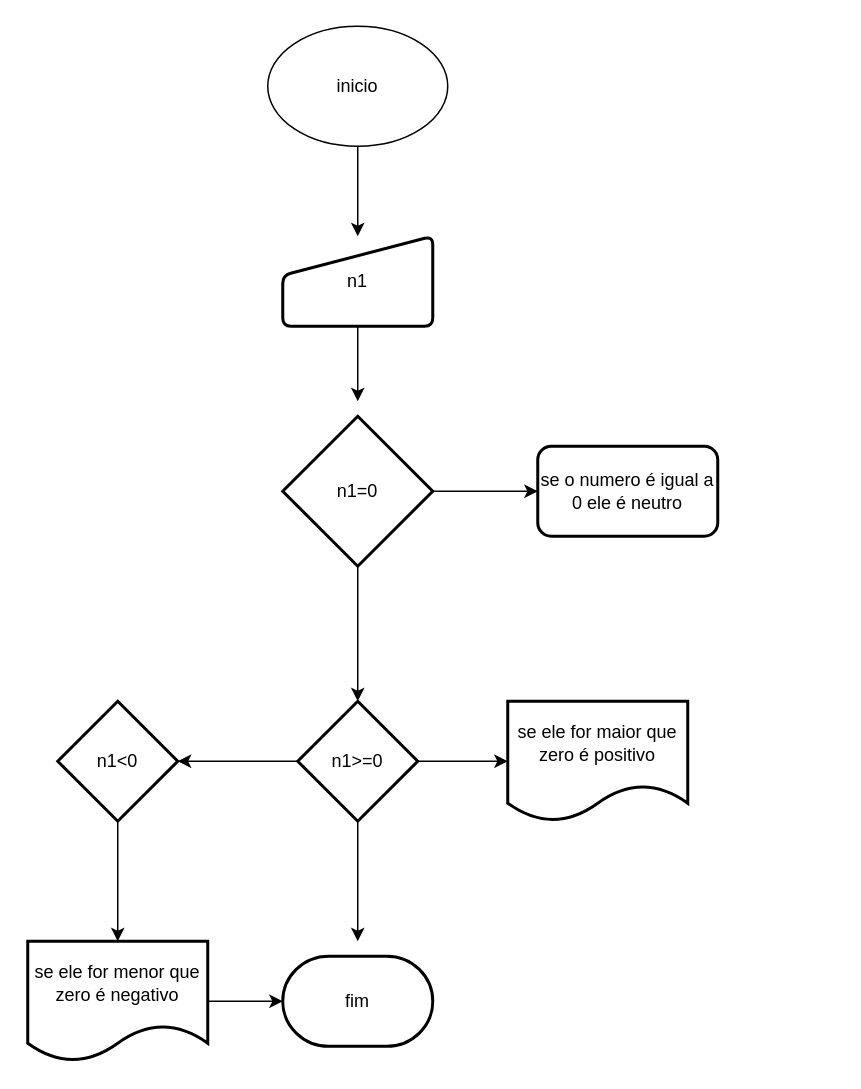
HIGOTY11/FLUXOGRAMAS keeps this draw.io diagram as FLUXOGRAMA2.drawio. Above is the earlier version. Source tidied: cells renumbered, new cells numbered last; positions are measured from the earlier drawing's top-left corner, leaving out a move shared by most shapes. Both pictures are drawn from the tidied source at 150%, with x=0, y=0 at pixel (27, 26).
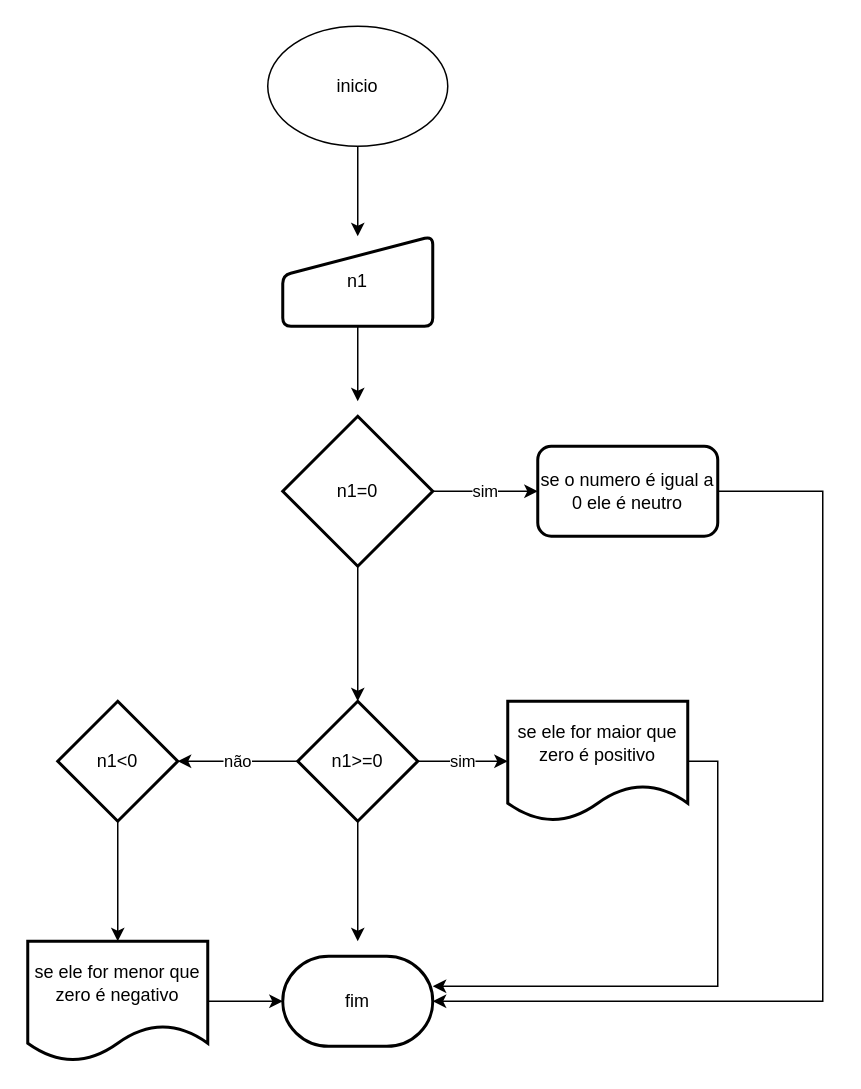
Above is the later version.

Unchanged cells that the change refers to:
```xml
<mxCell id="8" value="n1=0" style="strokeWidth=2;html=1;shape=mxgraph.flowchart.decision;whiteSpace=wrap;" parent="1" vertex="1">
  <mxGeometry x="170" y="260" width="100" height="100" as="geometry" />
</mxCell>
<mxCell id="9" value="se o numero é igual a 0 ele é neutro" style="rounded=1;whiteSpace=wrap;html=1;strokeWidth=2;" parent="1" vertex="1">
  <mxGeometry x="340" y="280" width="120" height="60" as="geometry" />
</mxCell>
<mxCell id="13" value="n1&amp;gt;=0" style="rhombus;whiteSpace=wrap;html=1;strokeWidth=2;" parent="1" vertex="1">
  <mxGeometry x="180" y="450" width="80" height="80" as="geometry" />
</mxCell>
<mxCell id="14" value="se ele for maior que zero é positivo" style="shape=document;whiteSpace=wrap;html=1;boundedLbl=1;strokeWidth=2;" parent="1" vertex="1">
  <mxGeometry x="320" y="450" width="120" height="80" as="geometry" />
</mxCell>
<mxCell id="16" value="n1&amp;lt;0" style="rhombus;whiteSpace=wrap;html=1;strokeWidth=2;" parent="1" vertex="1">
  <mxGeometry x="20" y="450" width="80" height="80" as="geometry" />
</mxCell>
<mxCell id="18" value="fim" style="strokeWidth=2;html=1;shape=mxgraph.flowchart.terminator;whiteSpace=wrap;" parent="1" vertex="1">
  <mxGeometry x="170" y="620" width="100" height="60" as="geometry" />
</mxCell>
```

Diff of the diagram source:
```diff
@@
-    <mxCell id="6" style="edgeStyle=orthogonalEdgeStyle;rounded=0;jettySize=auto;html=1;" parent="1" edge="1" source="8" target="9">
+    <mxCell id="6" value="sim" style="edgeStyle=orthogonalEdgeStyle;rounded=0;jettySize=auto;html=1;" parent="1" edge="1" source="8" target="9">
       <mxGeometry relative="1" as="geometry" />
     </mxCell>
@@
-    <mxCell id="10" style="edgeStyle=orthogonalEdgeStyle;rounded=0;jettySize=auto;html=1;" parent="1" edge="1" source="13" target="14">
+    <mxCell id="10" value="sim" style="edgeStyle=orthogonalEdgeStyle;rounded=0;jettySize=auto;html=1;" parent="1" edge="1" source="13" target="14">
       <mxGeometry relative="1" as="geometry" />
     </mxCell>
-    <mxCell id="11" style="edgeStyle=orthogonalEdgeStyle;rounded=0;jettySize=auto;html=1;" parent="1" edge="1" source="13" target="16">
+    <mxCell id="11" value="não" style="edgeStyle=orthogonalEdgeStyle;rounded=0;jettySize=auto;html=1;" parent="1" edge="1" source="13" target="16">
       <mxGeometry relative="1" as="geometry" />
     </mxCell>
@@
+    <mxCell id="20" style="edgeStyle=orthogonalEdgeStyle;rounded=0;jettySize=auto;html=1;entryX=1;entryY=0.5;entryDx=0;entryDy=0;entryPerimeter=0;" parent="1" edge="1" source="9" target="18">
+      <mxGeometry relative="1" as="geometry">
+        <Array as="points">
+          <mxPoint x="530" y="310" />
+          <mxPoint x="530" y="650" />
+        </Array>
+      </mxGeometry>
+    </mxCell>
+    <mxCell id="21" style="edgeStyle=orthogonalEdgeStyle;rounded=0;jettySize=auto;html=1;exitX=1;exitY=0.5;exitDx=0;exitDy=0;entryX=1;entryY=0.333;entryDx=0;entryDy=0;entryPerimeter=0;" parent="1" edge="1" source="14" target="18">
+      <mxGeometry relative="1" as="geometry" />
+    </mxCell>
```
